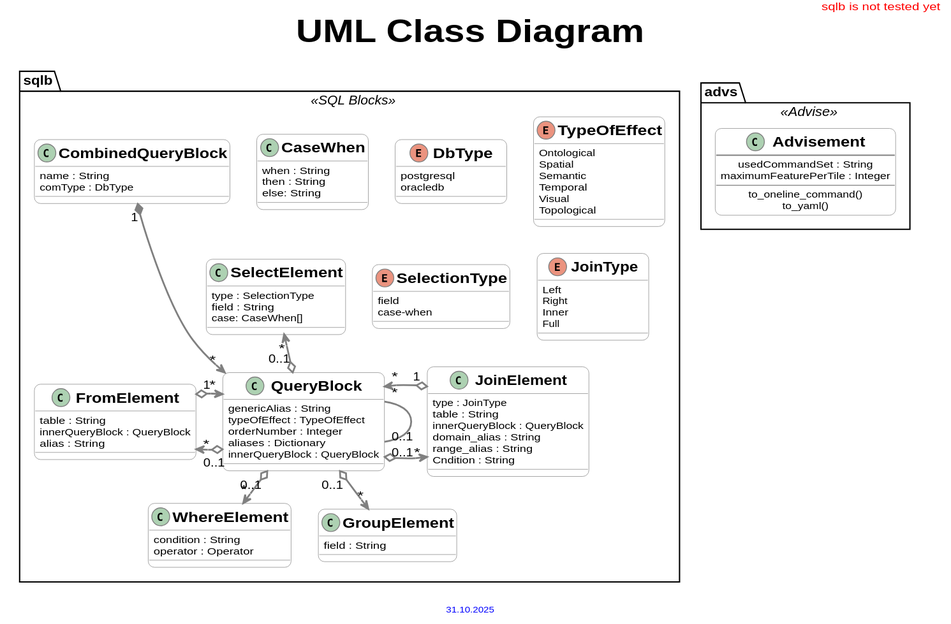
tum-gis/citydb-3dtiler keeps this PlantUML diagram as docs/images/classes.svg. Above is the earlier version.
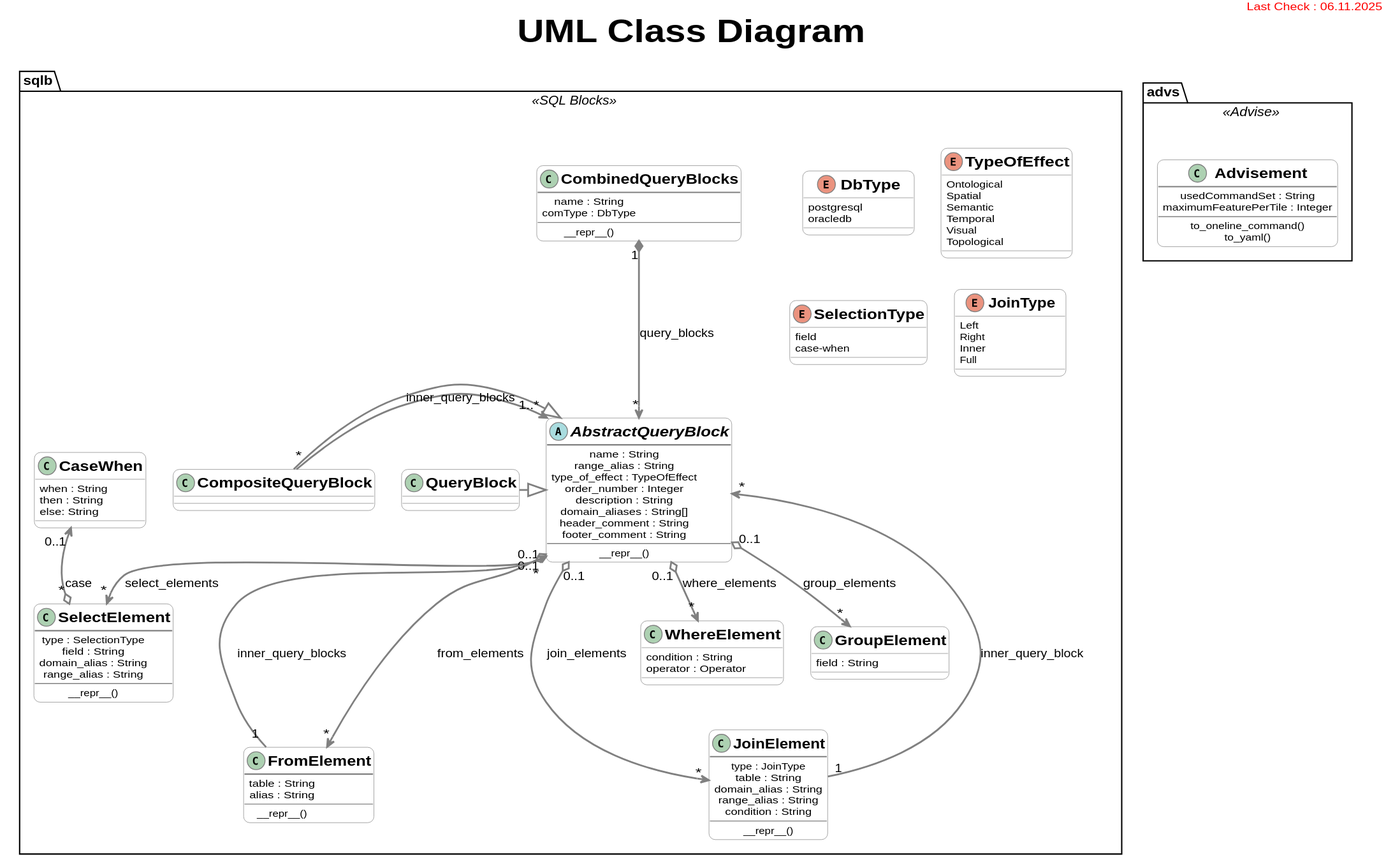
The same diagram one commit later.

Commit message:
uml class diargam updated

Diff of the diagram source:
```diff
@@ -1,11 +1,8 @@
 @startuml
 title UML Class Diagram
 header
-<font color=red size=12>sqlb is not tested yet</font>
+<font color=red size=12>Last Check : 06.11.2025</font>
 endheader
-footer
-<font color=blue size=9>31.10.2025</font>
-endfooter
 
 
 
@@ -52,48 +49,69 @@
 }
 
 namespace sqlb <<SQL Blocks>> {
-	class CombinedQueryBlock {
+	class CombinedQueryBlocks {
 		name : String
 		comType : DbType
+		---
+		__repr__()
 	}
-	CombinedQueryBlock "1" *--down-> "*" QueryBlock
+	CombinedQueryBlocks "1" *--down-> "*" AbstractQueryBlock : query_blocks
+
+	abstract class AbstractQueryBlock {
+		name : String
+		range_alias : String
+		type_of_effect : TypeOfEffect
+		order_number : Integer
+		description : String
+		domain_aliases : String[]
+		header_comment : String
+		footer_comment : String
+		---
+		__repr__()
+	}
+	AbstractQueryBlock "0..1" o-down-> "*" SelectElement : select_elements
+	AbstractQueryBlock "0..1" o-down-> "*" FromElement : from_elements
+	AbstractQueryBlock "0..1" o-down-> "*" JoinElement : join_elements
+	AbstractQueryBlock "0..1" o-down-> "*" WhereElement : where_elements
+	AbstractQueryBlock "0..1" o-down-> "*" GroupElement : group_elements
 
 	class QueryBlock {
-		genericAlias : String
-		typeOfEffect : TypeOfEffect
-		orderNumber : Integer
-		aliases : Dictionary
-		innerQueryBlock : QueryBlock
 	}
-	QueryBlock "0..1" -left- "*" QueryBlock
-	QueryBlock "0..1" o-up-> "*" SelectElement
-	QueryBlock "0..1" o-up-> "*" FromElement
-	QueryBlock "0..1" o-right-> "*" JoinElement
-	QueryBlock "0..1" o-down-> "*" WhereElement
-	QueryBlock "0..1" o-down-> "*" GroupElement
+	QueryBlock -right-|> AbstractQueryBlock
+
+	class CompositeQueryBlock {
+	}
+	CompositeQueryBlock -right-|> AbstractQueryBlock
+	CompositeQueryBlock "*" -right-> "1..*" AbstractQueryBlock : inner_query_blocks
 
 	class SelectElement {
 		type : SelectionType
 		field : String
-		case: CaseWhen[]
+		domain_alias : String
+		range_alias : String
+		---
+		__repr__()
 	}
+	SelectElement "*" o-up-> "0..1" CaseWhen : case
 
 	class FromElement {
 		table : String
-		innerQueryBlock : QueryBlock
 		alias : String
+		---
+		__repr__()
 	}
-	FromElement "1" o-> "*" QueryBlock
+	FromElement "1" --up-> "*" AbstractQueryBlock : inner_query_blocks
 
 	class JoinElement {
 		type : JoinType
 		table : String
-		innerQueryBlock : QueryBlock
 		domain_alias : String
 		range_alias : String
-		Cndition : String
+		condition : String
+		---
+		__repr__()
 	}
-	JoinElement "1" o-> "*" QueryBlock
+	JoinElement "1" --up-> "*" AbstractQueryBlock : inner_query_block
 
 	class WhereElement {
 		condition : String
```
